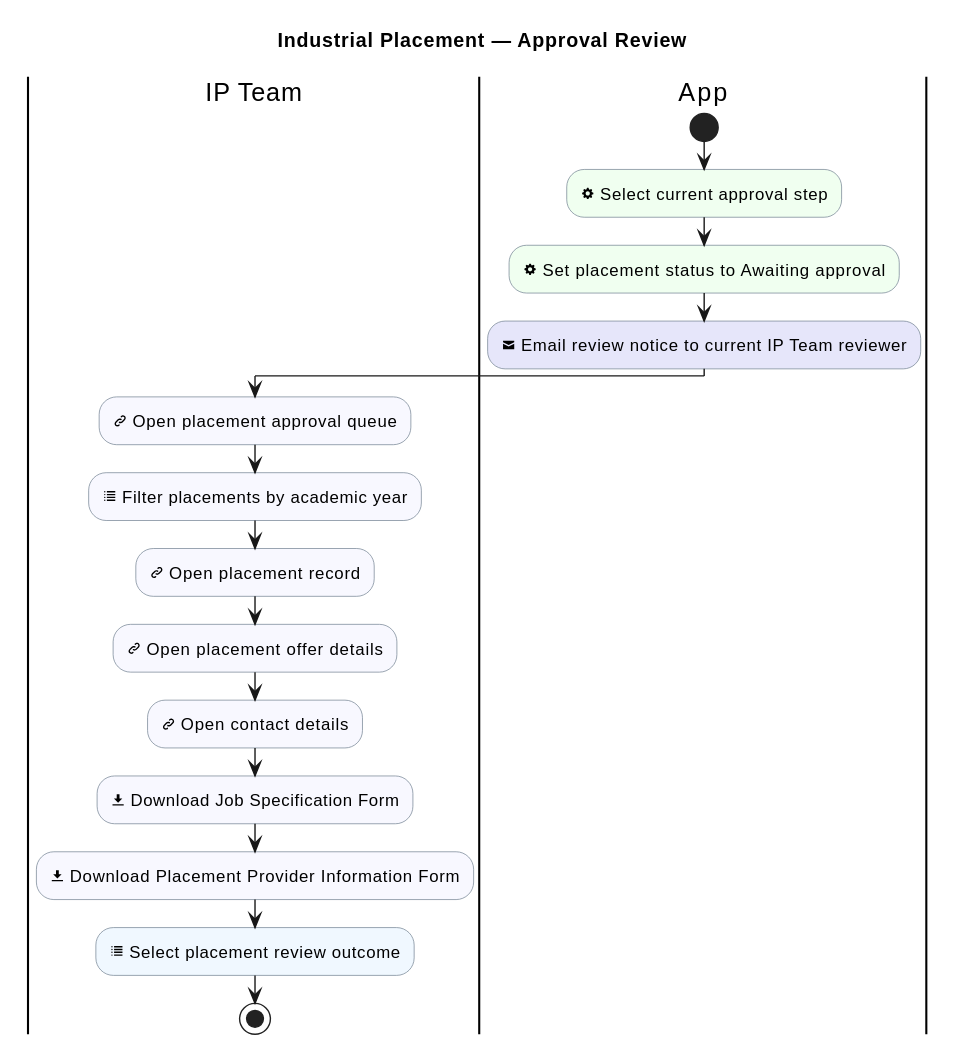
sdflkjssl/sdflkjssl.github.io keeps this PlantUML diagram as industrial-placement-group-project/diagrams/industrial-placement/approval-review.svg. Above is the earlier version.
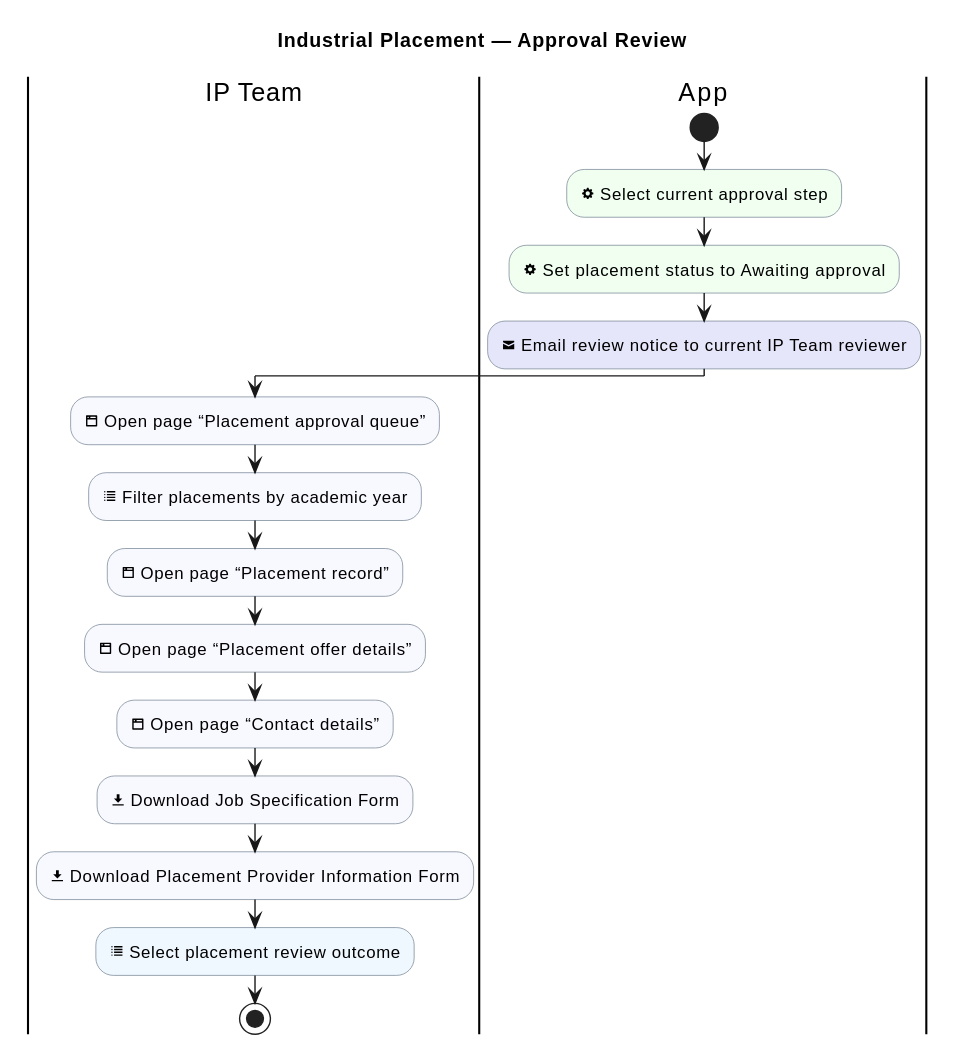
After the change.

The edit, as a diff of the source:
```diff
@@ -17,11 +17,11 @@
 :<&envelope-closed> Email review notice to current IP Team reviewer; <<#Lavender>>
 
 |IP Team|
-:<&link-intact> Open placement approval queue; <<#GhostWhite>>
+:<&browser> Open page “Placement approval queue”; <<#GhostWhite>>
 :<&list> Filter placements by academic year; <<#GhostWhite>>
-:<&link-intact> Open placement record; <<#GhostWhite>>
-:<&link-intact> Open placement offer details; <<#GhostWhite>>
-:<&link-intact> Open contact details; <<#GhostWhite>>
+:<&browser> Open page “Placement record”; <<#GhostWhite>>
+:<&browser> Open page “Placement offer details”; <<#GhostWhite>>
+:<&browser> Open page “Contact details”; <<#GhostWhite>>
 :<&data-transfer-download> Download Job Specification Form; <<#GhostWhite>>
 :<&data-transfer-download> Download Placement Provider Information Form; <<#GhostWhite>>
 :<&list> Select placement review outcome; <<#AliceBlue>>
```
